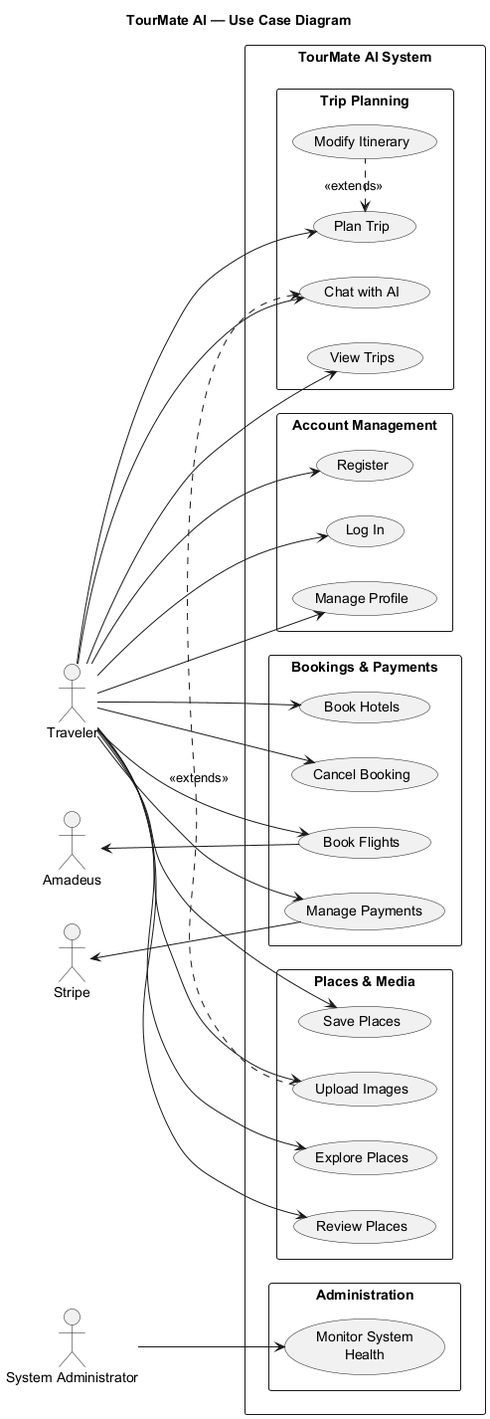
AbdelrahmanMostafa33/TourMate-AI keeps this PlantUML diagram as docs/Diagrams/TourMate_Use_Case_Diagram.png. Above is the earlier version.
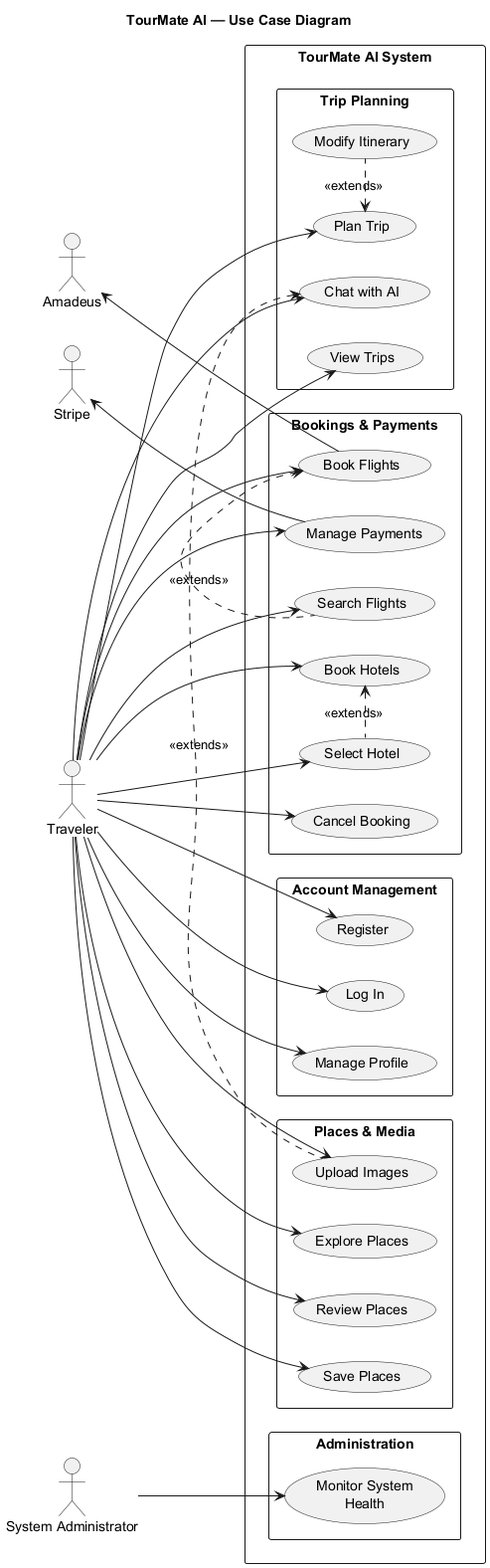
After the commit.

The edit, as a diff of the source:
```diff
@@ -32,7 +32,9 @@
 
   rectangle "Bookings & Payments" as Booking {
     usecase "Book Flights" as BookFlights
+    usecase "Search Flights" as SearchFlights
     usecase "Book Hotels" as BookHotels
+    usecase "Select Hotel" as SelectHotel
     usecase "Cancel Booking" as Cancel
     usecase "Manage Payments" as Pay
   }
@@ -62,6 +64,8 @@
 
 Traveler --> BookFlights
 Traveler --> BookHotels
+Traveler --> SearchFlights
+Traveler --> SelectHotel
 Traveler --> Cancel
 Traveler --> Pay
 
@@ -76,6 +80,8 @@
 
 Modify .left.> Plan : <<extends>>
 Upload .left.> Chat : <<extends>>
+SearchFlights .left.> BookFlights : <<extends>>
+SelectHotel .left.> BookHotels : <<extends>>
 
 
 Stripe <-- Pay
```
